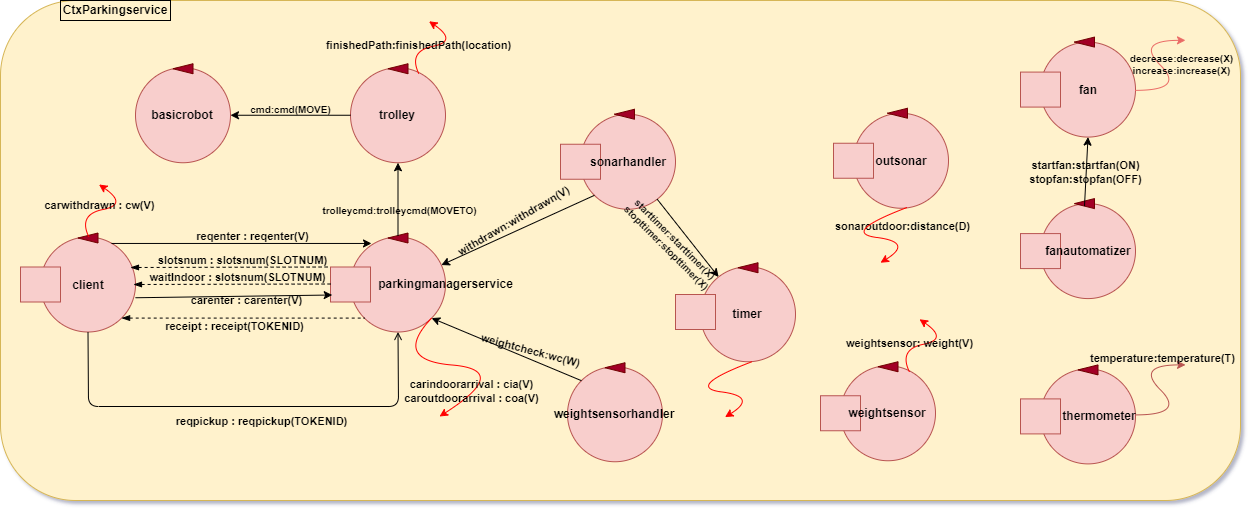
Above: Iss-Project-Sprint4/Sprint4/userDocs/logicalArchitecture.png in dbattaglia97/Iss_Project_2021 (draw.io), before the change. Source tidied: cells renumbered, new cells last; positions are measured from the earlier drawing's top-left corner, leaving out a move shared by most shapes.
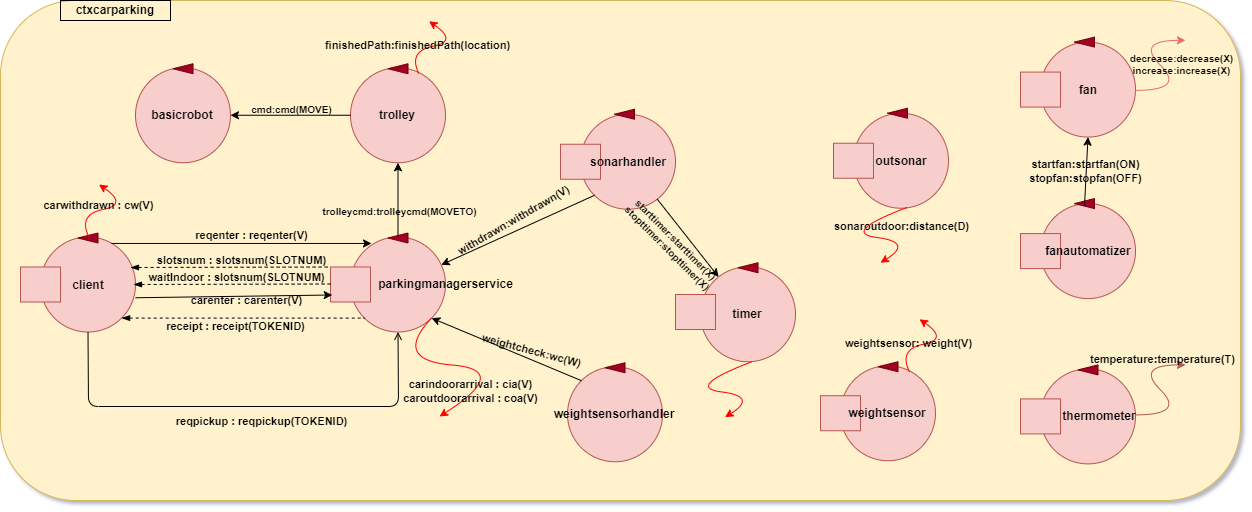
Above is the later version.

Diff of the diagram source:
```diff
@@ -5,7 +5,7 @@
     <mxCell id="2" style="rounded=1;whiteSpace=wrap;html=1;fillColor=#fff2cc;strokeColor=#d6b656;" parent="1" vertex="1">
       <mxGeometry width="1240" height="500" as="geometry" />
     </mxCell>
-    <mxCell id="3" value="&lt;font color=&quot;#000000&quot;&gt;&lt;b&gt;CtxParkingservice&lt;/b&gt;&lt;/font&gt;" style="text;html=1;align=center;verticalAlign=middle;whiteSpace=wrap;rounded=0;strokeColor=#000000;" parent="1" vertex="1">
+    <mxCell id="3" value="&lt;font color=&quot;#000000&quot;&gt;&lt;b&gt;ctxcarparking&lt;/b&gt;&lt;/font&gt;" style="text;html=1;align=center;verticalAlign=middle;whiteSpace=wrap;rounded=0;strokeColor=#000000;" parent="1" vertex="1">
       <mxGeometry x="60" width="110" height="20" as="geometry" />
     </mxCell>
     <mxCell id="4" style="ellipse;whiteSpace=wrap;html=1;fillColor=#f8cecc;strokeColor=#b85450;" parent="1" vertex="1">
```
